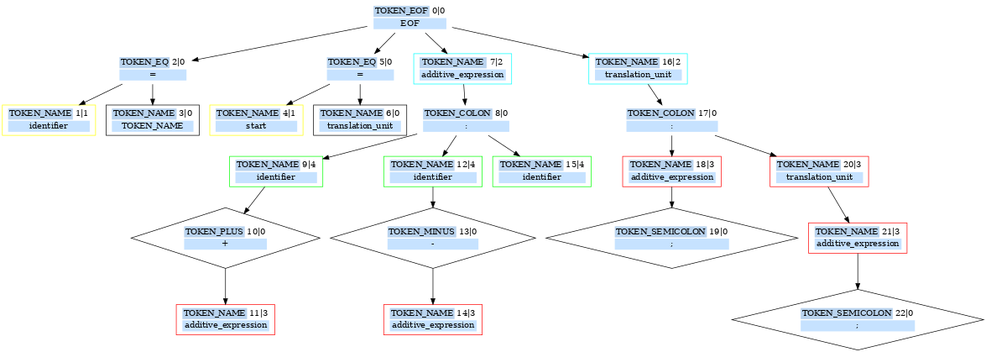
Above: graph.png in 1mchlkrpch/Rebecca (Graphviz), before the change. Its source is kept beside it as graph.dot.
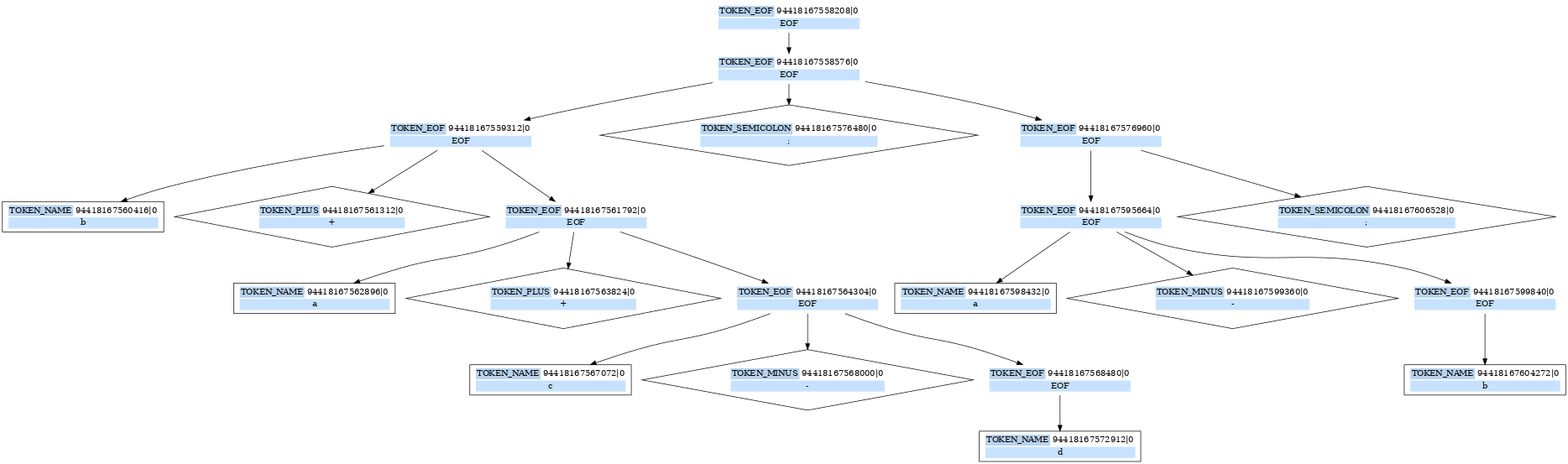
After the commit.

Diff of the diagram source:
```diff
@@ -1,186 +1,170 @@
 digraph G{
 	graph [ dpi = 50 ];
-	n0 [shape=none color=black label=<
+	n94418167558208 [shape=none color=black label=<
 		<table border="0">
-			<tr><td colspan="1" bgcolor="slategray2">TOKEN_EOF</td><td>0|0</td></tr>
+			<tr><td colspan="1" bgcolor="slategray2">TOKEN_EOF</td><td>94418167558208|0</td></tr>
 			<tr><td colspan="2" bgcolor="slategray1">EOF</td></tr>
 		</table>
 	>]
 
-	n2 [shape=none color=black label=<
+	n94418167558576 [shape=none color=black label=<
 		<table border="0">
-			<tr><td colspan="1" bgcolor="slategray2">TOKEN_EQ</td><td>2|0</td></tr>
-			<tr><td colspan="2" bgcolor="slategray1">=</td></tr>
+			<tr><td colspan="1" bgcolor="slategray2">TOKEN_EOF</td><td>94418167558576|0</td></tr>
+			<tr><td colspan="2" bgcolor="slategray1">EOF</td></tr>
 		</table>
 	>]
 
-	n1 [shape=rectangle color=yellow label=<
+	n94418167559312 [shape=none color=black label=<
 		<table border="0">
-			<tr><td colspan="1" bgcolor="slategray2">TOKEN_NAME</td><td>1|1</td></tr>
-			<tr><td colspan="2" bgcolor="slategray1">identifier</td></tr>
+			<tr><td colspan="1" bgcolor="slategray2">TOKEN_EOF</td><td>94418167559312|0</td></tr>
+			<tr><td colspan="2" bgcolor="slategray1">EOF</td></tr>
 		</table>
 	>]
 
-	n3 [shape=rectangle color=black label=<
+	n94418167560416 [shape=rectangle color=black label=<
 		<table border="0">
-			<tr><td colspan="1" bgcolor="slategray2">TOKEN_NAME</td><td>3|0</td></tr>
-			<tr><td colspan="2" bgcolor="slategray1">TOKEN_NAME</td></tr>
+			<tr><td colspan="1" bgcolor="slategray2">TOKEN_NAME</td><td>94418167560416|0</td></tr>
+			<tr><td colspan="2" bgcolor="slategray1">b</td></tr>
 		</table>
 	>]
 
-	n5 [shape=none color=black label=<
+	n94418167561312 [shape=diamond color=black label=<
 		<table border="0">
-			<tr><td colspan="1" bgcolor="slategray2">TOKEN_EQ</td><td>5|0</td></tr>
-			<tr><td colspan="2" bgcolor="slategray1">=</td></tr>
-		</table>
-	>]
-
-	n4 [shape=rectangle color=yellow label=<
-		<table border="0">
-			<tr><td colspan="1" bgcolor="slategray2">TOKEN_NAME</td><td>4|1</td></tr>
-			<tr><td colspan="2" bgcolor="slategray1">start</td></tr>
-		</table>
-	>]
-
-	n6 [shape=rectangle color=black label=<
-		<table border="0">
-			<tr><td colspan="1" bgcolor="slategray2">TOKEN_NAME</td><td>6|0</td></tr>
-			<tr><td colspan="2" bgcolor="slategray1">translation_unit</td></tr>
-		</table>
-	>]
-
-	n7 [shape=rectangle color=cyan label=<
-		<table border="0">
-			<tr><td colspan="1" bgcolor="slategray2">TOKEN_NAME</td><td>7|2</td></tr>
-			<tr><td colspan="2" bgcolor="slategray1">additive_expression</td></tr>
-		</table>
-	>]
-
-	n8 [shape=none color=black label=<
-		<table border="0">
-			<tr><td colspan="1" bgcolor="slategray2">TOKEN_COLON</td><td>8|0</td></tr>
-			<tr><td colspan="2" bgcolor="slategray1">:</td></tr>
-		</table>
-	>]
-
-	n9 [shape=rectangle color=green label=<
-		<table border="0">
-			<tr><td colspan="1" bgcolor="slategray2">TOKEN_NAME</td><td>9|4</td></tr>
-			<tr><td colspan="2" bgcolor="slategray1">identifier</td></tr>
-		</table>
-	>]
-
-	n10 [shape=diamond color=black label=<
-		<table border="0">
-			<tr><td colspan="1" bgcolor="slategray2">TOKEN_PLUS</td><td>10|0</td></tr>
+			<tr><td colspan="1" bgcolor="slategray2">TOKEN_PLUS</td><td>94418167561312|0</td></tr>
 			<tr><td colspan="2" bgcolor="slategray1">+</td></tr>
 		</table>
 	>]
 
-	n11 [shape=rectangle color=red label=<
+	n94418167561792 [shape=none color=black label=<
 		<table border="0">
-			<tr><td colspan="1" bgcolor="slategray2">TOKEN_NAME</td><td>11|3</td></tr>
-			<tr><td colspan="2" bgcolor="slategray1">additive_expression</td></tr>
+			<tr><td colspan="1" bgcolor="slategray2">TOKEN_EOF</td><td>94418167561792|0</td></tr>
+			<tr><td colspan="2" bgcolor="slategray1">EOF</td></tr>
 		</table>
 	>]
 
-	n12 [shape=rectangle color=green label=<
+	n94418167562896 [shape=rectangle color=black label=<
 		<table border="0">
-			<tr><td colspan="1" bgcolor="slategray2">TOKEN_NAME</td><td>12|4</td></tr>
-			<tr><td colspan="2" bgcolor="slategray1">identifier</td></tr>
+			<tr><td colspan="1" bgcolor="slategray2">TOKEN_NAME</td><td>94418167562896|0</td></tr>
+			<tr><td colspan="2" bgcolor="slategray1">a</td></tr>
 		</table>
 	>]
 
-	n13 [shape=diamond color=black label=<
+	n94418167563824 [shape=diamond color=black label=<
 		<table border="0">
-			<tr><td colspan="1" bgcolor="slategray2">TOKEN_MINUS</td><td>13|0</td></tr>
+			<tr><td colspan="1" bgcolor="slategray2">TOKEN_PLUS</td><td>94418167563824|0</td></tr>
+			<tr><td colspan="2" bgcolor="slategray1">+</td></tr>
+		</table>
+	>]
+
+	n94418167564304 [shape=none color=black label=<
+		<table border="0">
+			<tr><td colspan="1" bgcolor="slategray2">TOKEN_EOF</td><td>94418167564304|0</td></tr>
+			<tr><td colspan="2" bgcolor="slategray1">EOF</td></tr>
+		</table>
+	>]
+
+	n94418167567072 [shape=rectangle color=black label=<
+		<table border="0">
+			<tr><td colspan="1" bgcolor="slategray2">TOKEN_NAME</td><td>94418167567072|0</td></tr>
+			<tr><td colspan="2" bgcolor="slategray1">c</td></tr>
+		</table>
+	>]
+
+	n94418167568000 [shape=diamond color=black label=<
+		<table border="0">
+			<tr><td colspan="1" bgcolor="slategray2">TOKEN_MINUS</td><td>94418167568000|0</td></tr>
 			<tr><td colspan="2" bgcolor="slategray1">-</td></tr>
 		</table>
 	>]
 
-	n14 [shape=rectangle color=red label=<
+	n94418167568480 [shape=none color=black label=<
 		<table border="0">
-			<tr><td colspan="1" bgcolor="slategray2">TOKEN_NAME</td><td>14|3</td></tr>
-			<tr><td colspan="2" bgcolor="slategray1">additive_expression</td></tr>
+			<tr><td colspan="1" bgcolor="slategray2">TOKEN_EOF</td><td>94418167568480|0</td></tr>
+			<tr><td colspan="2" bgcolor="slategray1">EOF</td></tr>
 		</table>
 	>]
 
-	n15 [shape=rectangle color=green label=<
+	n94418167572912 [shape=rectangle color=black label=<
 		<table border="0">
-			<tr><td colspan="1" bgcolor="slategray2">TOKEN_NAME</td><td>15|4</td></tr>
-			<tr><td colspan="2" bgcolor="slategray1">identifier</td></tr>
+			<tr><td colspan="1" bgcolor="slategray2">TOKEN_NAME</td><td>94418167572912|0</td></tr>
+			<tr><td colspan="2" bgcolor="slategray1">d</td></tr>
 		</table>
 	>]
 
-	n16 [shape=rectangle color=cyan label=<
+	n94418167576480 [shape=diamond color=black label=<
 		<table border="0">
-			<tr><td colspan="1" bgcolor="slategray2">TOKEN_NAME</td><td>16|2</td></tr>
-			<tr><td colspan="2" bgcolor="slategray1">translation_unit</td></tr>
-		</table>
-	>]
-
-	n17 [shape=none color=black label=<
-		<table border="0">
-			<tr><td colspan="1" bgcolor="slategray2">TOKEN_COLON</td><td>17|0</td></tr>
-			<tr><td colspan="2" bgcolor="slategray1">:</td></tr>
-		</table>
-	>]
-
-	n18 [shape=rectangle color=red label=<
-		<table border="0">
-			<tr><td colspan="1" bgcolor="slategray2">TOKEN_NAME</td><td>18|3</td></tr>
-			<tr><td colspan="2" bgcolor="slategray1">additive_expression</td></tr>
-		</table>
-	>]
-
-	n19 [shape=diamond color=black label=<
-		<table border="0">
-			<tr><td colspan="1" bgcolor="slategray2">TOKEN_SEMICOLON</td><td>19|0</td></tr>
+			<tr><td colspan="1" bgcolor="slategray2">TOKEN_SEMICOLON</td><td>94418167576480|0</td></tr>
 			<tr><td colspan="2" bgcolor="slategray1">;</td></tr>
 		</table>
 	>]
 
-	n20 [shape=rectangle color=red label=<
+	n94418167576960 [shape=none color=black label=<
 		<table border="0">
-			<tr><td colspan="1" bgcolor="slategray2">TOKEN_NAME</td><td>20|3</td></tr>
-			<tr><td colspan="2" bgcolor="slategray1">translation_unit</td></tr>
+			<tr><td colspan="1" bgcolor="slategray2">TOKEN_EOF</td><td>94418167576960|0</td></tr>
+			<tr><td colspan="2" bgcolor="slategray1">EOF</td></tr>
 		</table>
 	>]
 
-	n21 [shape=rectangle color=red label=<
+	n94418167595664 [shape=none color=black label=<
 		<table border="0">
-			<tr><td colspan="1" bgcolor="slategray2">TOKEN_NAME</td><td>21|3</td></tr>
-			<tr><td colspan="2" bgcolor="slategray1">additive_expression</td></tr>
+			<tr><td colspan="1" bgcolor="slategray2">TOKEN_EOF</td><td>94418167595664|0</td></tr>
+			<tr><td colspan="2" bgcolor="slategray1">EOF</td></tr>
 		</table>
 	>]
 
-	n22 [shape=diamond color=black label=<
+	n94418167598432 [shape=rectangle color=black label=<
 		<table border="0">
-			<tr><td colspan="1" bgcolor="slategray2">TOKEN_SEMICOLON</td><td>22|0</td></tr>
+			<tr><td colspan="1" bgcolor="slategray2">TOKEN_NAME</td><td>94418167598432|0</td></tr>
+			<tr><td colspan="2" bgcolor="slategray1">a</td></tr>
+		</table>
+	>]
+
+	n94418167599360 [shape=diamond color=black label=<
+		<table border="0">
+			<tr><td colspan="1" bgcolor="slategray2">TOKEN_MINUS</td><td>94418167599360|0</td></tr>
+			<tr><td colspan="2" bgcolor="slategray1">-</td></tr>
+		</table>
+	>]
+
+	n94418167599840 [shape=none color=black label=<
+		<table border="0">
+			<tr><td colspan="1" bgcolor="slategray2">TOKEN_EOF</td><td>94418167599840|0</td></tr>
+			<tr><td colspan="2" bgcolor="slategray1">EOF</td></tr>
+		</table>
+	>]
+
+	n94418167604272 [shape=rectangle color=black label=<
+		<table border="0">
+			<tr><td colspan="1" bgcolor="slategray2">TOKEN_NAME</td><td>94418167604272|0</td></tr>
+			<tr><td colspan="2" bgcolor="slategray1">b</td></tr>
+		</table>
+	>]
+
+	n94418167606528 [shape=diamond color=black label=<
+		<table border="0">
+			<tr><td colspan="1" bgcolor="slategray2">TOKEN_SEMICOLON</td><td>94418167606528|0</td></tr>
 			<tr><td colspan="2" bgcolor="slategray1">;</td></tr>
 		</table>
 	>]
 
-	n0 -> n2
-	n0 -> n5
-	n0 -> n7
-	n0 -> n16
-	n2 -> n1
-	n2 -> n3
-	n5 -> n4
-	n5 -> n6
-	n7 -> n8
-	n8 -> n9
-	n8 -> n12
-	n8 -> n15
-	n9 -> n10
-	n10 -> n11
-	n12 -> n13
-	n13 -> n14
-	n16 -> n17
-	n17 -> n18
-	n17 -> n20
-	n18 -> n19
-	n20 -> n21
-	n21 -> n22
+	n94418167558208 -> n94418167558576
+	n94418167558576 -> n94418167559312
+	n94418167558576 -> n94418167576480
+	n94418167558576 -> n94418167576960
+	n94418167559312 -> n94418167560416
+	n94418167559312 -> n94418167561312
+	n94418167559312 -> n94418167561792
+	n94418167561792 -> n94418167562896
+	n94418167561792 -> n94418167563824
+	n94418167561792 -> n94418167564304
+	n94418167564304 -> n94418167567072
+	n94418167564304 -> n94418167568000
+	n94418167564304 -> n94418167568480
+	n94418167568480 -> n94418167572912
+	n94418167576960 -> n94418167595664
+	n94418167576960 -> n94418167606528
+	n94418167595664 -> n94418167598432
+	n94418167595664 -> n94418167599360
+	n94418167595664 -> n94418167599840
+	n94418167599840 -> n94418167604272
 }
```
